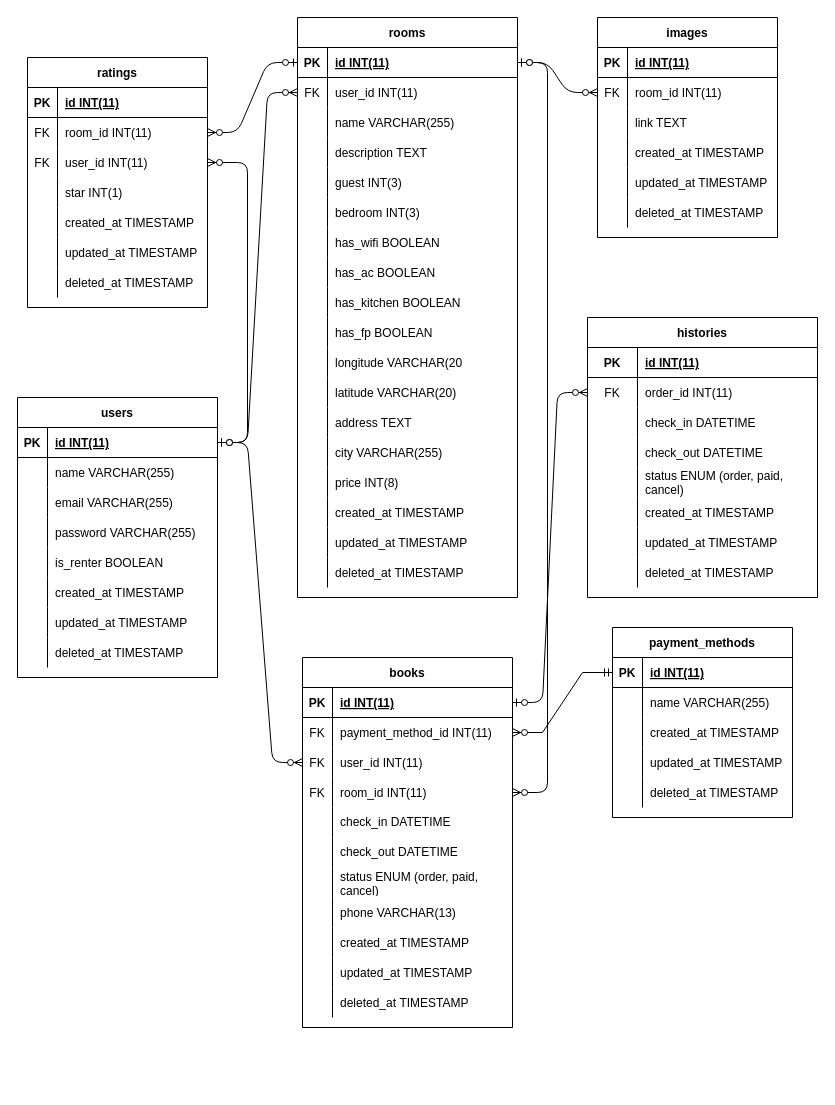
Earlier version of the draw.io diagram ERD/erd.drawio (airbnb-group-2/BE). Source tidied: cells renumbered, new cells numbered last; positions are measured from the earlier drawing's top-left corner, leaving out a move shared by most shapes. Both pictures are drawn from the tidied source at 100%, with x=0, y=0 at pixel (17, 17).
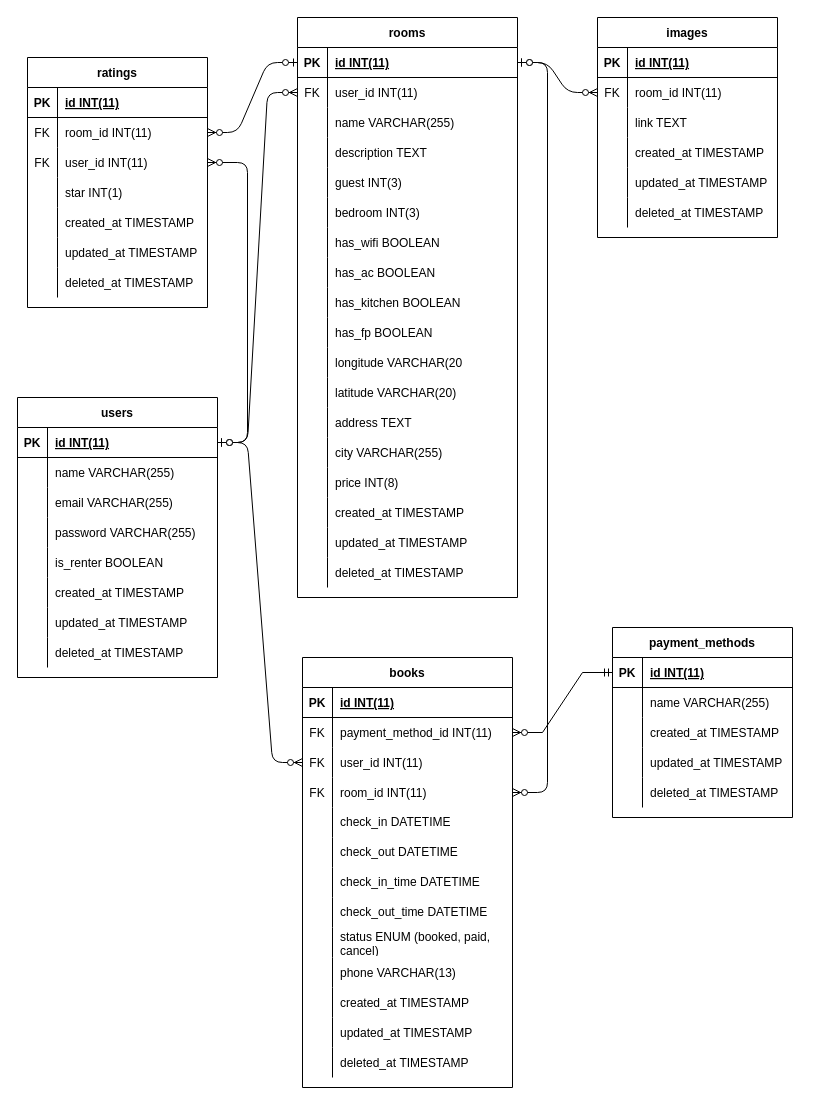
The same page after the edit.

Unchanged cells that the change refers to:
```xml
<mxCell id="125" style="shape=tableRow;horizontal=0;startSize=0;swimlaneHead=0;swimlaneBody=0;fillColor=none;points=[[0,0.5],[1,0.5]];portConstraint=eastwest;top=0;left=0;right=0;bottom=1;" parent="124" vertex="1">
  <mxGeometry y="30" width="210" height="30" as="geometry" />
</mxCell>
```

What changed in the source:
```diff
@@
-    <mxCell id="98" value="histories" style="shape=table;startSize=30;childLayout=tableLayout;rowLines=0;fontStyle=1;align=center;" parent="1" vertex="1">
-      <mxGeometry x="570" y="300" width="230" height="280" as="geometry" />
-    </mxCell>
-    <mxCell id="99" style="shape=tableRow;horizontal=0;startSize=0;swimlaneHead=0;swimlaneBody=0;fillColor=none;top=0;left=0;right=0;bottom=1;" parent="98" vertex="1">
-      <mxGeometry y="30" width="230" height="30" as="geometry" />
-    </mxCell>
-    <mxCell id="100" value="PK" style="shape=partialRectangle;fillColor=none;top=0;left=0;bottom=0;right=0;fontStyle=1;overflow=hidden;" parent="99" vertex="1">
-      <mxGeometry width="50" height="30" as="geometry" />
-    </mxCell>
-    <mxCell id="101" value="id INT(11)" style="shape=partialRectangle;fillColor=none;top=0;left=0;bottom=0;right=0;align=left;spacingLeft=6;fontStyle=5;overflow=hidden;" parent="99" vertex="1">
-      <mxGeometry x="50" width="180" height="30" as="geometry" />
-    </mxCell>
-    <mxCell id="102" style="shape=tableRow;horizontal=0;startSize=0;swimlaneHead=0;swimlaneBody=0;fillColor=none;points=[[0,0.5],[1,0.5]];portConstraint=eastwest;top=0;left=0;right=0;bottom=0;" parent="98" vertex="1">
-      <mxGeometry y="60" width="230" height="30" as="geometry" />
-    </mxCell>
-    <mxCell id="103" value="FK" style="shape=partialRectangle;fillColor=none;top=0;left=0;bottom=0;right=0;fontStyle=0;overflow=hidden;" parent="102" vertex="1">
-      <mxGeometry width="50" height="30" as="geometry" />
-    </mxCell>
-    <mxCell id="104" value="order_id INT(11)" style="shape=partialRectangle;fillColor=none;top=0;left=0;bottom=0;right=0;align=left;spacingLeft=6;fontStyle=0;overflow=hidden;" parent="102" vertex="1">
-      <mxGeometry x="50" width="180" height="30" as="geometry" />
-    </mxCell>
-    <mxCell id="105" style="shape=tableRow;horizontal=0;startSize=0;swimlaneHead=0;swimlaneBody=0;fillColor=none;top=0;left=0;right=0;bottom=0;" parent="98" vertex="1">
-      <mxGeometry y="90" width="230" height="30" as="geometry" />
-    </mxCell>
-    <mxCell id="106" style="shape=partialRectangle;fillColor=none;top=0;left=0;bottom=0;right=0;overflow=hidden;" parent="105" vertex="1">
-      <mxGeometry width="50" height="30" as="geometry" />
-    </mxCell>
-    <mxCell id="107" value="check_in DATETIME" style="shape=partialRectangle;fillColor=none;top=0;left=0;bottom=0;right=0;align=left;spacingLeft=6;overflow=hidden;" parent="105" vertex="1">
-      <mxGeometry x="50" width="180" height="30" as="geometry" />
-    </mxCell>
-    <mxCell id="108" style="shape=tableRow;horizontal=0;startSize=0;swimlaneHead=0;swimlaneBody=0;fillColor=none;top=0;left=0;right=0;bottom=0;" parent="98" vertex="1">
-      <mxGeometry y="120" width="230" height="30" as="geometry" />
-    </mxCell>
-    <mxCell id="109" style="shape=partialRectangle;fillColor=none;top=0;left=0;bottom=0;right=0;overflow=hidden;" parent="108" vertex="1">
-      <mxGeometry width="50" height="30" as="geometry" />
-    </mxCell>
-    <mxCell id="110" value="check_out DATETIME" style="shape=partialRectangle;fillColor=none;top=0;left=0;bottom=0;right=0;align=left;spacingLeft=6;overflow=hidden;" parent="108" vertex="1">
-      <mxGeometry x="50" width="180" height="30" as="geometry" />
-    </mxCell>
-    <mxCell id="111" style="shape=tableRow;horizontal=0;startSize=0;swimlaneHead=0;swimlaneBody=0;fillColor=none;top=0;left=0;right=0;bottom=0;" parent="98" vertex="1">
-      <mxGeometry y="150" width="230" height="30" as="geometry" />
-    </mxCell>
-    <mxCell id="112" style="shape=partialRectangle;fillColor=none;top=0;left=0;bottom=0;right=0;overflow=hidden;" parent="111" vertex="1">
-      <mxGeometry width="50" height="30" as="geometry" />
-    </mxCell>
-    <mxCell id="113" value="status ENUM (order, paid,&#10;cancel)" style="shape=partialRectangle;fillColor=none;top=0;left=0;bottom=0;right=0;align=left;spacingLeft=6;overflow=hidden;" parent="111" vertex="1">
-      <mxGeometry x="50" width="180" height="30" as="geometry" />
-    </mxCell>
-    <mxCell id="114" style="shape=tableRow;horizontal=0;startSize=0;swimlaneHead=0;swimlaneBody=0;fillColor=none;top=0;left=0;right=0;bottom=0;" parent="98" vertex="1">
-      <mxGeometry y="180" width="230" height="30" as="geometry" />
-    </mxCell>
-    <mxCell id="115" style="shape=partialRectangle;fillColor=none;top=0;left=0;bottom=0;right=0;overflow=hidden;" parent="114" vertex="1">
-      <mxGeometry width="50" height="30" as="geometry" />
-    </mxCell>
-    <mxCell id="116" value="created_at TIMESTAMP" style="shape=partialRectangle;fillColor=none;top=0;left=0;bottom=0;right=0;align=left;spacingLeft=6;overflow=hidden;" parent="114" vertex="1">
-      <mxGeometry x="50" width="180" height="30" as="geometry" />
-    </mxCell>
-    <mxCell id="117" style="shape=tableRow;horizontal=0;startSize=0;swimlaneHead=0;swimlaneBody=0;fillColor=none;top=0;left=0;right=0;bottom=0;" parent="98" vertex="1">
-      <mxGeometry y="210" width="230" height="30" as="geometry" />
-    </mxCell>
-    <mxCell id="118" style="shape=partialRectangle;fillColor=none;top=0;left=0;bottom=0;right=0;overflow=hidden;" parent="117" vertex="1">
-      <mxGeometry width="50" height="30" as="geometry" />
-    </mxCell>
-    <mxCell id="119" value="updated_at TIMESTAMP" style="shape=partialRectangle;fillColor=none;top=0;left=0;bottom=0;right=0;align=left;spacingLeft=6;overflow=hidden;" parent="117" vertex="1">
-      <mxGeometry x="50" width="180" height="30" as="geometry" />
-    </mxCell>
-    <mxCell id="120" style="shape=tableRow;horizontal=0;startSize=0;swimlaneHead=0;swimlaneBody=0;fillColor=none;top=0;left=0;right=0;bottom=0;" parent="98" vertex="1">
-      <mxGeometry y="240" width="230" height="30" as="geometry" />
-    </mxCell>
-    <mxCell id="121" style="shape=partialRectangle;fillColor=none;top=0;left=0;bottom=0;right=0;overflow=hidden;" parent="120" vertex="1">
-      <mxGeometry width="50" height="30" as="geometry" />
-    </mxCell>
-    <mxCell id="122" value="deleted_at TIMESTAMP" style="shape=partialRectangle;fillColor=none;top=0;left=0;bottom=0;right=0;align=left;spacingLeft=6;overflow=hidden;" parent="120" vertex="1">
-      <mxGeometry x="50" width="180" height="30" as="geometry" />
-    </mxCell>
@@
     <mxCell id="124" value="books" style="shape=table;startSize=30;childLayout=tableLayout;rowLines=0;fontStyle=1;align=center;" parent="1" vertex="1">
-      <mxGeometry x="285" y="640" width="210" height="370" as="geometry" />
+      <mxGeometry x="285" y="640" width="210" height="430" as="geometry" />
     </mxCell>
@@
+    <mxCell id="206" style="shape=tableRow;horizontal=0;startSize=0;swimlaneHead=0;swimlaneBody=0;fillColor=none;top=0;left=0;right=0;bottom=0;" parent="124" vertex="1">
+      <mxGeometry y="210" width="210" height="30" as="geometry" />
+    </mxCell>
+    <mxCell id="207" style="shape=partialRectangle;fillColor=none;top=0;left=0;bottom=0;right=0;overflow=hidden;" parent="206" vertex="1">
+      <mxGeometry width="30" height="30" as="geometry" />
+    </mxCell>
+    <mxCell id="208" value="check_in_time DATETIME" style="shape=partialRectangle;fillColor=none;top=0;left=0;bottom=0;right=0;align=left;spacingLeft=6;overflow=hidden;whiteSpace=wrap;" parent="206" vertex="1">
+      <mxGeometry x="30" width="180" height="30" as="geometry" />
+    </mxCell>
+    <mxCell id="209" style="shape=tableRow;horizontal=0;startSize=0;swimlaneHead=0;swimlaneBody=0;fillColor=none;top=0;left=0;right=0;bottom=0;" parent="124" vertex="1">
+      <mxGeometry y="240" width="210" height="30" as="geometry" />
+    </mxCell>
+    <mxCell id="210" style="shape=partialRectangle;fillColor=none;top=0;left=0;bottom=0;right=0;overflow=hidden;" parent="209" vertex="1">
+      <mxGeometry width="30" height="30" as="geometry" />
+    </mxCell>
+    <mxCell id="211" value="check_out_time DATETIME" style="shape=partialRectangle;fillColor=none;top=0;left=0;bottom=0;right=0;align=left;spacingLeft=6;overflow=hidden;whiteSpace=wrap;" parent="209" vertex="1">
+      <mxGeometry x="30" width="180" height="30" as="geometry" />
+    </mxCell>
     <mxCell id="143" style="shape=tableRow;horizontal=0;startSize=0;swimlaneHead=0;swimlaneBody=0;fillColor=none;top=0;left=0;right=0;bottom=0;" parent="124" vertex="1">
-      <mxGeometry y="210" width="210" height="30" as="geometry" />
+      <mxGeometry y="270" width="210" height="30" as="geometry" />
     </mxCell>
@@
-    <mxCell id="145" value="status ENUM (order, paid,  cancel)" style="shape=partialRectangle;fillColor=none;top=0;left=0;bottom=0;right=0;align=left;spacingLeft=6;overflow=hidden;whiteSpace=wrap;" parent="143" vertex="1">
+    <mxCell id="145" value="status ENUM (booked, paid,  cancel)" style="shape=partialRectangle;fillColor=none;top=0;left=0;bottom=0;right=0;align=left;spacingLeft=6;overflow=hidden;whiteSpace=wrap;" parent="143" vertex="1">
       <mxGeometry x="30" width="180" height="30" as="geometry" />
     </mxCell>
     <mxCell id="146" style="shape=tableRow;horizontal=0;startSize=0;swimlaneHead=0;swimlaneBody=0;fillColor=none;top=0;left=0;right=0;bottom=0;" parent="124" vertex="1">
-      <mxGeometry y="240" width="210" height="30" as="geometry" />
+      <mxGeometry y="300" width="210" height="30" as="geometry" />
     </mxCell>
@@
     <mxCell id="149" style="shape=tableRow;horizontal=0;startSize=0;swimlaneHead=0;swimlaneBody=0;fillColor=none;top=0;left=0;right=0;bottom=0;" parent="124" vertex="1">
-      <mxGeometry y="270" width="210" height="30" as="geometry" />
+      <mxGeometry y="330" width="210" height="30" as="geometry" />
     </mxCell>
@@
     <mxCell id="152" style="shape=tableRow;horizontal=0;startSize=0;swimlaneHead=0;swimlaneBody=0;fillColor=none;top=0;left=0;right=0;bottom=0;" parent="124" vertex="1">
-      <mxGeometry y="300" width="210" height="30" as="geometry" />
+      <mxGeometry y="360" width="210" height="30" as="geometry" />
     </mxCell>
@@
     <mxCell id="155" style="shape=tableRow;horizontal=0;startSize=0;swimlaneHead=0;swimlaneBody=0;fillColor=none;top=0;left=0;right=0;bottom=0;" parent="124" vertex="1">
-      <mxGeometry y="330" width="210" height="30" as="geometry" />
+      <mxGeometry y="390" width="210" height="30" as="geometry" />
     </mxCell>
@@
-    <mxCell id="178" style="edgeStyle=entityRelationEdgeStyle;fontSize=12;html=1;endArrow=ERzeroToMany;startArrow=ERzeroToOne;exitX=1;exitY=0.5;exitDx=0;exitDy=0;" parent="1" edge="1" source="125" target="102">
-      <mxGeometry relative="1" as="geometry" />
-    </mxCell>
```
